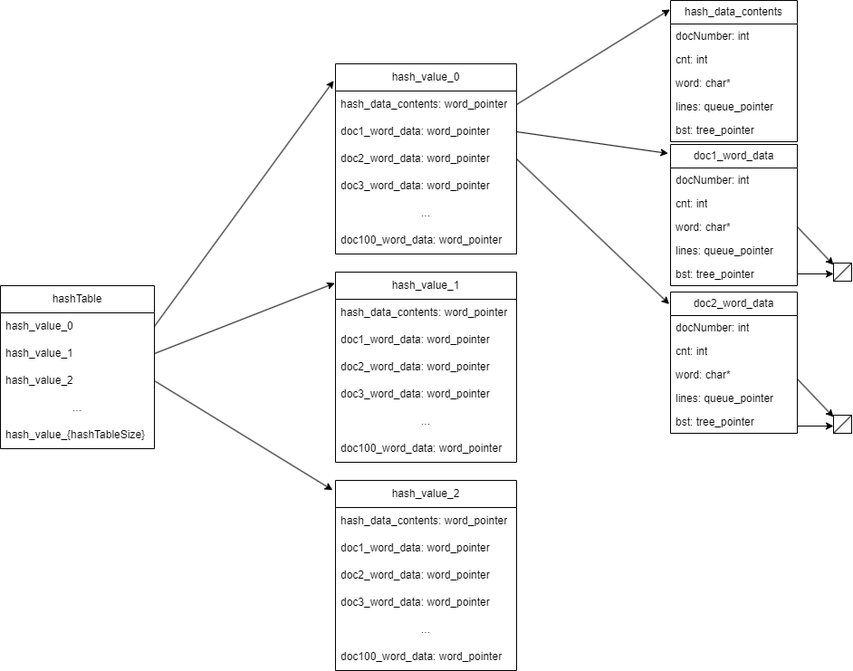
This is 프로그램 구성도.png from aapdo/data_structure_project, a draw.io export, as it was before one commit. Source tidied: cells renumbered, new cells last; positions are measured from the earlier drawing's top-left corner, leaving out a move shared by most shapes.
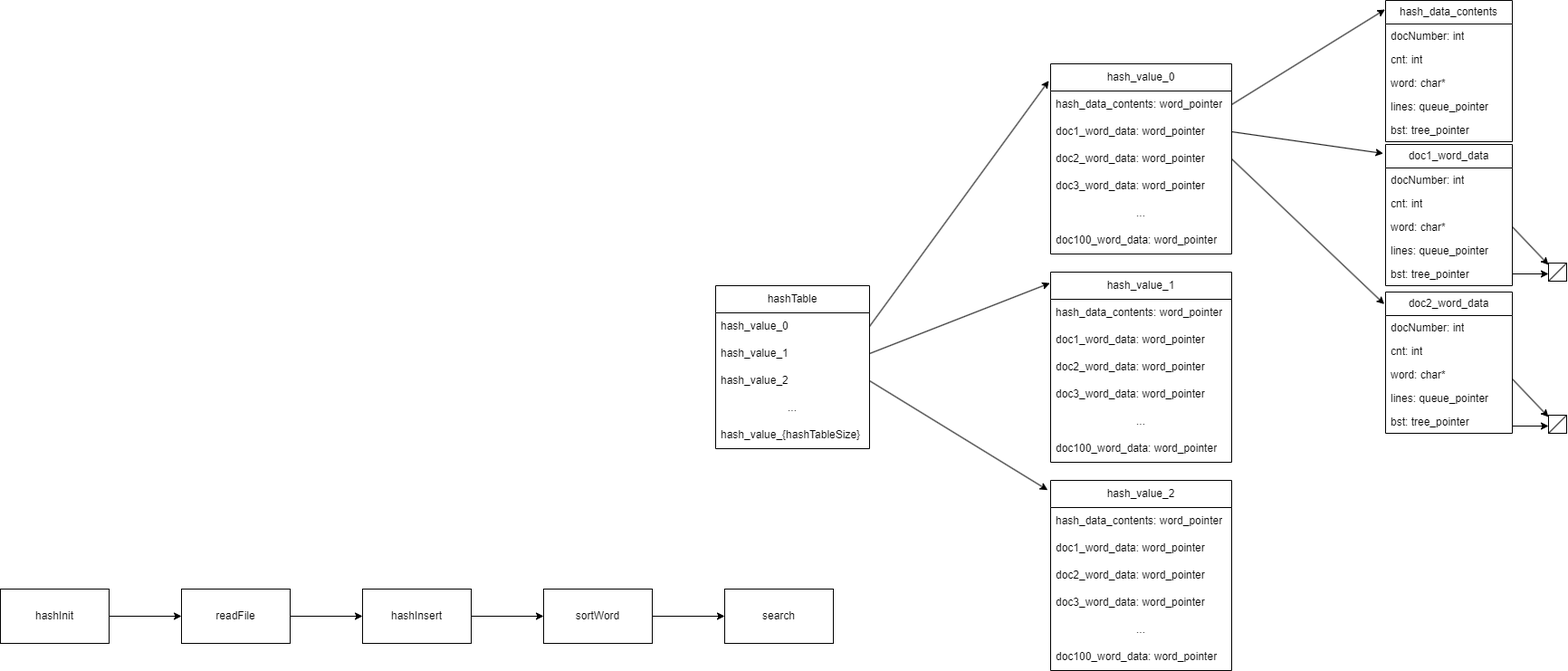
After the commit.

Commit message:
program design

Change to the diagram source:
```diff
@@ -193,5 +193,32 @@
         <mxPoint x="940" y="458" as="targetPoint" />
       </mxGeometry>
     </mxCell>
+    <mxCell id="61" style="edgeStyle=orthogonalEdgeStyle;rounded=0;jettySize=auto;html=1;" parent="1" edge="1" source="62" target="64">
+      <mxGeometry relative="1" as="geometry" />
+    </mxCell>
+    <mxCell id="62" value="hashInit" style="rounded=0;whiteSpace=wrap;html=1;" parent="1" vertex="1">
+      <mxGeometry x="-790" y="650" width="120" height="60" as="geometry" />
+    </mxCell>
+    <mxCell id="63" style="edgeStyle=orthogonalEdgeStyle;rounded=0;jettySize=auto;html=1;" parent="1" edge="1" source="64" target="66">
+      <mxGeometry relative="1" as="geometry" />
+    </mxCell>
+    <mxCell id="64" value="readFile" style="whiteSpace=wrap;html=1;rounded=0;" parent="1" vertex="1">
+      <mxGeometry x="-590" y="650" width="120" height="60" as="geometry" />
+    </mxCell>
+    <mxCell id="65" style="edgeStyle=orthogonalEdgeStyle;rounded=0;jettySize=auto;html=1;" parent="1" edge="1" source="66" target="68">
+      <mxGeometry relative="1" as="geometry" />
+    </mxCell>
+    <mxCell id="66" value="hashInsert" style="whiteSpace=wrap;html=1;rounded=0;" parent="1" vertex="1">
+      <mxGeometry x="-390" y="650" width="120" height="60" as="geometry" />
+    </mxCell>
+    <mxCell id="67" style="edgeStyle=orthogonalEdgeStyle;rounded=0;jettySize=auto;html=1;" parent="1" edge="1" source="68" target="69">
+      <mxGeometry relative="1" as="geometry" />
+    </mxCell>
+    <mxCell id="68" value="sortWord" style="whiteSpace=wrap;html=1;rounded=0;" parent="1" vertex="1">
+      <mxGeometry x="-190" y="650" width="120" height="60" as="geometry" />
+    </mxCell>
+    <mxCell id="69" value="search" style="whiteSpace=wrap;html=1;rounded=0;" parent="1" vertex="1">
+      <mxGeometry x="10" y="650" width="120" height="60" as="geometry" />
+    </mxCell>
   </root>
 </mxGraphModel>
```
